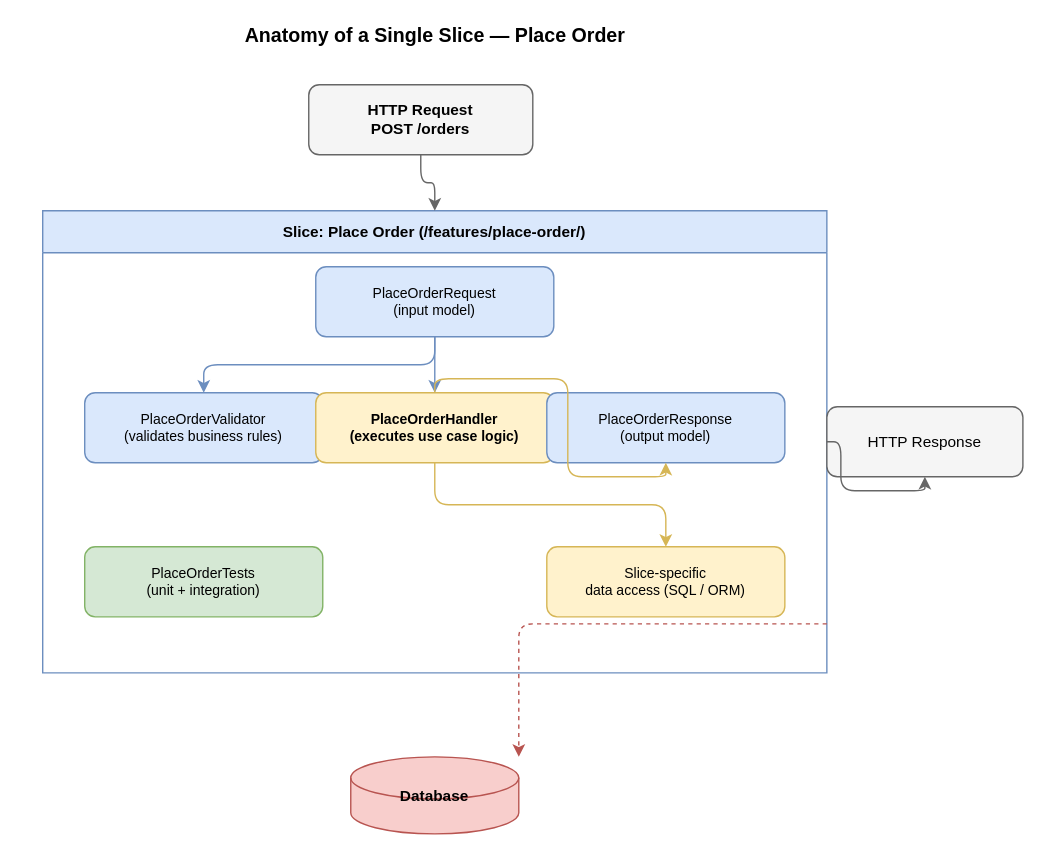
Above: Software Engineering/Application Architecture/diagrams/03-single-slice-anatomy.svg in leandrob13/second-brain (draw.io), before the change. Source tidied: cells renumbered, new cells last; positions are measured from the earlier drawing's top-left corner, leaving out a move shared by most shapes.
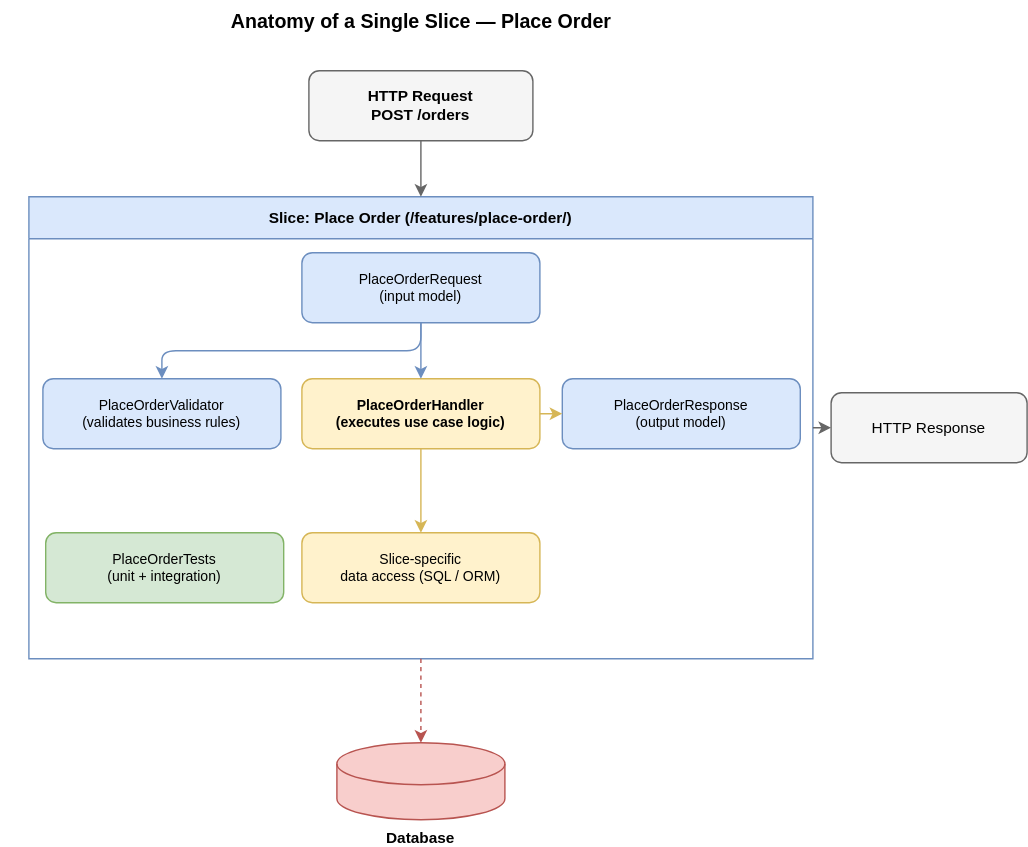
Later version of the same file.

Diff of the diagram source:
```diff
@@ -6,7 +6,7 @@
       <mxGeometry width="600" height="30" as="geometry" />
     </mxCell>
     <mxCell id="3" value="HTTP Request&#10;POST /orders" style="rounded=1;whiteSpace=wrap;fillColor=#f5f5f5;strokeColor=#666;fontStyle=1;fontSize=11;" parent="1" vertex="1">
-      <mxGeometry x="210" y="50" width="160" height="50" as="geometry" />
+      <mxGeometry x="220" y="50" width="160" height="50" as="geometry" />
     </mxCell>
     <mxCell id="4" value="Slice: Place Order  (/features/place-order/)" style="swimlane;startSize=30;fillColor=#dae8fc;strokeColor=#6c8ebf;fontStyle=1;fontSize=11;" parent="1" vertex="1">
       <mxGeometry x="20" y="140" width="560" height="330" as="geometry" />
@@ -15,21 +15,21 @@
       <mxGeometry x="195" y="40" width="170" height="50" as="geometry" />
     </mxCell>
     <mxCell id="6" value="PlaceOrderValidator&#10;(validates business rules)" style="rounded=1;whiteSpace=wrap;fillColor=#dae8fc;strokeColor=#6c8ebf;fontSize=10;" parent="4" vertex="1">
-      <mxGeometry x="30" y="130" width="170" height="50" as="geometry" />
+      <mxGeometry x="10" y="130" width="170" height="50" as="geometry" />
     </mxCell>
     <mxCell id="7" value="PlaceOrderHandler&#10;(executes use case logic)" style="rounded=1;whiteSpace=wrap;fillColor=#fff2cc;strokeColor=#d6b656;fontStyle=1;fontSize=10;" parent="4" vertex="1">
       <mxGeometry x="195" y="130" width="170" height="50" as="geometry" />
     </mxCell>
     <mxCell id="8" value="PlaceOrderResponse&#10;(output model)" style="rounded=1;whiteSpace=wrap;fillColor=#dae8fc;strokeColor=#6c8ebf;fontSize=10;" parent="4" vertex="1">
-      <mxGeometry x="360" y="130" width="170" height="50" as="geometry" />
+      <mxGeometry x="381" y="130" width="170" height="50" as="geometry" />
     </mxCell>
     <mxCell id="9" value="PlaceOrderTests&#10;(unit + integration)" style="rounded=1;whiteSpace=wrap;fillColor=#d5e8d4;strokeColor=#82b366;fontSize=10;" parent="4" vertex="1">
-      <mxGeometry x="30" y="240" width="170" height="50" as="geometry" />
+      <mxGeometry x="12" y="240" width="170" height="50" as="geometry" />
     </mxCell>
     <mxCell id="10" value="Slice-specific&#10;data access (SQL / ORM)" style="rounded=1;whiteSpace=wrap;fillColor=#fff2cc;strokeColor=#d6b656;fontSize=10;" parent="4" vertex="1">
-      <mxGeometry x="360" y="240" width="170" height="50" as="geometry" />
+      <mxGeometry x="195" y="240" width="170" height="50" as="geometry" />
     </mxCell>
-    <mxCell id="11" style="edgeStyle=orthogonalEdgeStyle;strokeColor=#6c8ebf;" parent="4" edge="1" source="5" target="6">
+    <mxCell id="11" style="edgeStyle=orthogonalEdgeStyle;strokeColor=#6c8ebf;exitX=0.5;exitY=1;exitDx=0;exitDy=0;" parent="4" edge="1" source="5" target="6">
       <mxGeometry relative="1" as="geometry" />
     </mxCell>
     <mxCell id="12" style="edgeStyle=orthogonalEdgeStyle;strokeColor=#6c8ebf;" parent="4" edge="1" source="5" target="7">
@@ -41,20 +41,17 @@
     <mxCell id="14" style="edgeStyle=orthogonalEdgeStyle;strokeColor=#d6b656;" parent="4" edge="1" source="7" target="10">
       <mxGeometry relative="1" as="geometry" />
     </mxCell>
-    <mxCell id="15" value="Database" style="shape=cylinder3;whiteSpace=wrap;fillColor=#f8cecc;strokeColor=#b85450;fontStyle=1;fontSize=11;" parent="1" vertex="1">
+    <mxCell id="15" value="Database" style="shape=cylinder3;whiteSpace=wrap;fillColor=#f8cecc;strokeColor=#b85450;fontStyle=1;fontSize=11;labelPosition=center;verticalLabelPosition=bottom;align=center;verticalAlign=top;" parent="1" vertex="1">
       <mxGeometry x="240" y="530" width="120" height="55" as="geometry" />
     </mxCell>
     <mxCell id="16" style="edgeStyle=orthogonalEdgeStyle;strokeColor=#666;" parent="1" edge="1" source="3" target="4">
       <mxGeometry relative="1" as="geometry" />
     </mxCell>
-    <mxCell id="17" style="edgeStyle=orthogonalEdgeStyle;strokeColor=#b85450;dashed=1;" parent="1" edge="1">
-      <mxGeometry relative="1" as="geometry">
-        <mxPoint x="580" y="435" as="sourcePoint" />
-        <mxPoint x="360" y="530" as="targetPoint" />
-      </mxGeometry>
+    <mxCell id="17" style="edgeStyle=orthogonalEdgeStyle;strokeColor=#b85450;dashed=1;exitX=0.5;exitY=1;exitDx=0;exitDy=0;entryX=0.5;entryY=0;entryDx=0;entryDy=0;entryPerimeter=0;" parent="1" edge="1" source="4" target="15">
+      <mxGeometry relative="1" as="geometry" />
     </mxCell>
     <mxCell id="18" value="HTTP Response" style="rounded=1;whiteSpace=wrap;fillColor=#f5f5f5;strokeColor=#666;fontSize=11;" parent="1" vertex="1">
-      <mxGeometry x="580" y="280" width="140" height="50" as="geometry" />
+      <mxGeometry x="593" y="280" width="140" height="50" as="geometry" />
     </mxCell>
     <mxCell id="19" style="edgeStyle=orthogonalEdgeStyle;strokeColor=#666;" parent="1" edge="1">
       <mxGeometry relative="1" as="geometry">
```
